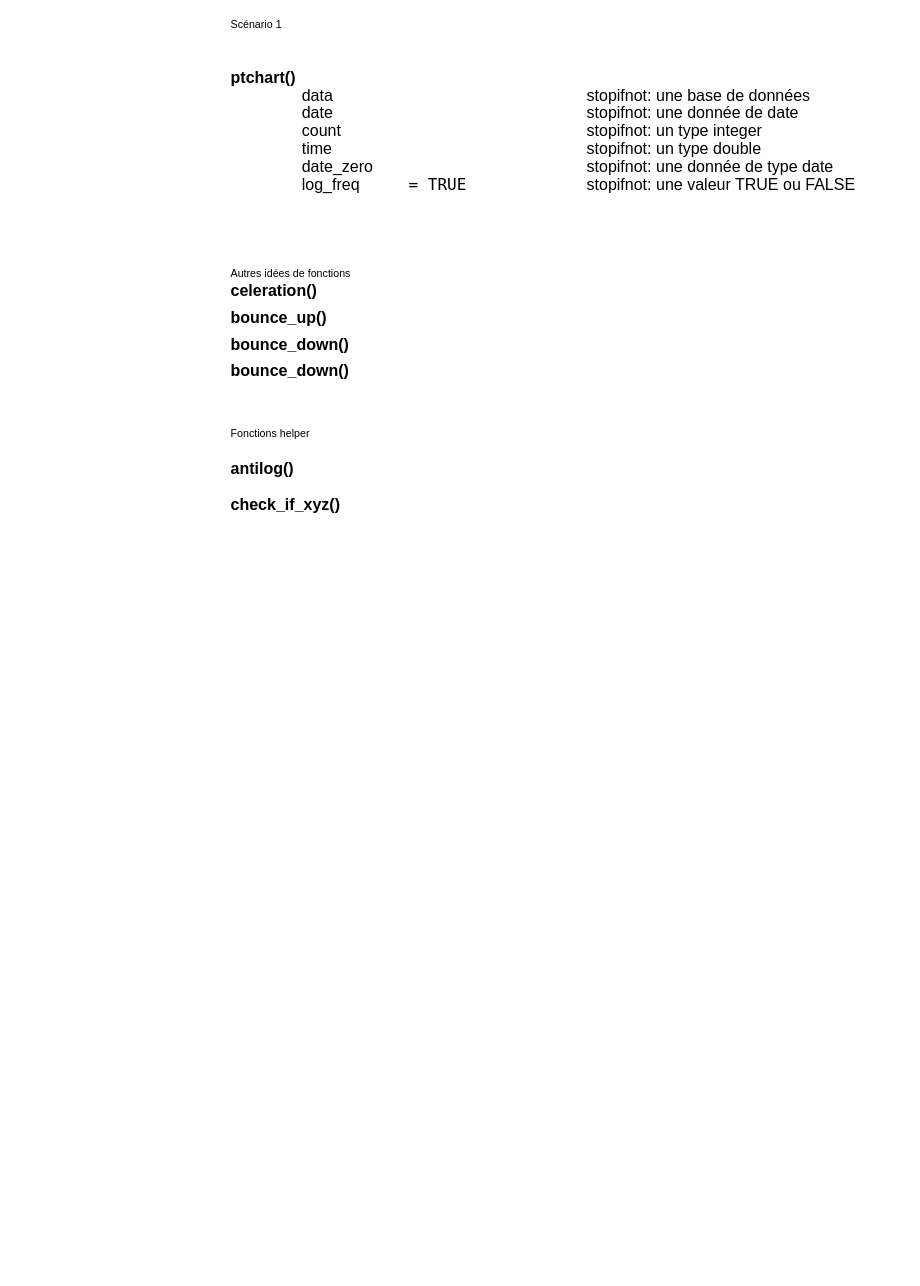
Earlier version of the draw.io diagram page "Page-2" (2 of 2) of package_en_developpement/structure_des_fonctions.drawio (agkamel/ptchart). Source tidied: cells renumbered, new cells numbered last; positions are measured from the earlier drawing's top-left corner, leaving out a move shared by most shapes. Both pictures are drawn from the tidied source at 89%, with x=0, y=0 at pixel (229, 15).
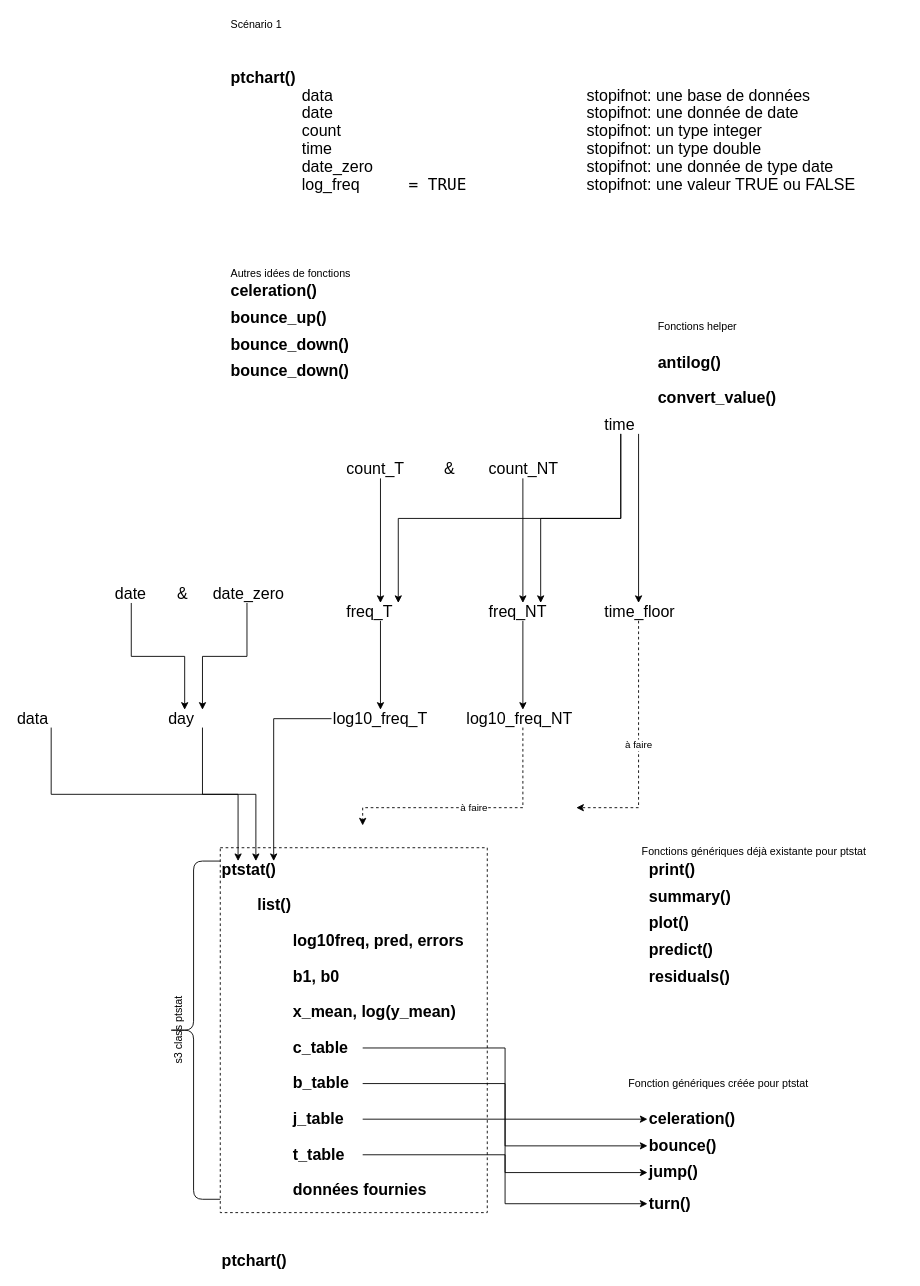
After the change.

Change to the diagram source:
```diff
@@
+    <mxCell id="25" style="rounded=0;whiteSpace=wrap;html=1;fillColor=none;dashed=1;" parent="1" vertex="1">
+      <mxGeometry x="-10" y="935" width="300" height="410" as="geometry" />
+    </mxCell>
@@
     <mxCell id="11" value="antilog()" style="text;html=1;strokeColor=none;fillColor=none;align=left;verticalAlign=middle;whiteSpace=wrap;rounded=0;fontSize=18;labelPosition=center;verticalLabelPosition=middle;fontStyle=1;" parent="1" vertex="1">
-      <mxGeometry y="500" width="80" height="20" as="geometry" />
+      <mxGeometry x="480" y="380" width="80" height="20" as="geometry" />
     </mxCell>
     <mxCell id="12" value="Fonctions helper" style="text;html=1;strokeColor=none;fillColor=none;align=left;verticalAlign=middle;whiteSpace=wrap;rounded=0;" parent="1" vertex="1">
-      <mxGeometry y="460" width="120" height="20" as="geometry" />
+      <mxGeometry x="480" y="340" width="120" height="20" as="geometry" />
     </mxCell>
@@
-    <mxCell id="19" value="check_if_xyz()" style="text;html=1;strokeColor=none;fillColor=none;align=left;verticalAlign=middle;whiteSpace=wrap;rounded=0;fontSize=18;labelPosition=center;verticalLabelPosition=middle;fontStyle=1;" parent="1" vertex="1">
-      <mxGeometry y="540" width="130" height="20" as="geometry" />
+    <mxCell id="19" value="convert_value()" style="text;html=1;strokeColor=none;fillColor=none;align=left;verticalAlign=middle;whiteSpace=wrap;rounded=0;fontSize=18;labelPosition=center;verticalLabelPosition=middle;fontStyle=1;" parent="1" vertex="1">
+      <mxGeometry x="480" y="420" width="130" height="20" as="geometry" />
     </mxCell>
@@
+    <mxCell id="26" value="ptstat()" style="text;html=1;strokeColor=none;fillColor=none;align=left;verticalAlign=middle;whiteSpace=wrap;rounded=0;fontSize=18;labelPosition=center;verticalLabelPosition=middle;fontStyle=1;" parent="1" vertex="1">
+      <mxGeometry x="-10" y="950" width="80" height="20" as="geometry" />
+    </mxCell>
+    <mxCell id="27" value="list()" style="text;html=1;strokeColor=none;fillColor=none;align=left;verticalAlign=middle;whiteSpace=wrap;rounded=0;fontSize=18;labelPosition=center;verticalLabelPosition=middle;fontStyle=1;" parent="1" vertex="1">
+      <mxGeometry x="30" y="990" width="80" height="20" as="geometry" />
+    </mxCell>
+    <mxCell id="28" value="données fournies" style="text;html=1;strokeColor=none;fillColor=none;align=left;verticalAlign=middle;whiteSpace=wrap;rounded=0;fontSize=18;labelPosition=center;verticalLabelPosition=middle;fontStyle=1;" parent="1" vertex="1">
+      <mxGeometry x="70" y="1310" width="240" height="20" as="geometry" />
+    </mxCell>
+    <mxCell id="29" value="log10freq, pred, errors" style="text;html=1;strokeColor=none;fillColor=none;align=left;verticalAlign=middle;whiteSpace=wrap;rounded=0;fontSize=18;labelPosition=center;verticalLabelPosition=middle;fontStyle=1;" parent="1" vertex="1">
+      <mxGeometry x="70" y="1030" width="240" height="20" as="geometry" />
+    </mxCell>
+    <mxCell id="30" value="b1, b0" style="text;html=1;strokeColor=none;fillColor=none;align=left;verticalAlign=middle;whiteSpace=wrap;rounded=0;fontSize=18;labelPosition=center;verticalLabelPosition=middle;fontStyle=1;" parent="1" vertex="1">
+      <mxGeometry x="70" y="1070" width="240" height="20" as="geometry" />
+    </mxCell>
+    <mxCell id="31" value="x_mean, log(y_mean)" style="text;html=1;strokeColor=none;fillColor=none;align=left;verticalAlign=middle;whiteSpace=wrap;rounded=0;fontSize=18;labelPosition=center;verticalLabelPosition=middle;fontStyle=1;" parent="1" vertex="1">
+      <mxGeometry x="70" y="1110" width="240" height="20" as="geometry" />
+    </mxCell>
+    <mxCell id="32" style="edgeStyle=orthogonalEdgeStyle;rounded=0;jettySize=auto;html=1;exitX=1;exitY=0.5;exitDx=0;exitDy=0;entryX=0;entryY=0.5;entryDx=0;entryDy=0;" parent="1" edge="1" source="33" target="48">
+      <mxGeometry relative="1" as="geometry" />
+    </mxCell>
+    <mxCell id="33" value="j_table" style="text;html=1;strokeColor=none;fillColor=none;align=left;verticalAlign=middle;whiteSpace=wrap;rounded=0;fontSize=18;labelPosition=center;verticalLabelPosition=middle;fontStyle=1;" parent="1" vertex="1">
+      <mxGeometry x="70" y="1230" width="80" height="20" as="geometry" />
+    </mxCell>
+    <mxCell id="34" style="edgeStyle=orthogonalEdgeStyle;rounded=0;jettySize=auto;html=1;exitX=1;exitY=0.5;exitDx=0;exitDy=0;entryX=0;entryY=0.5;entryDx=0;entryDy=0;" parent="1" edge="1" source="35" target="51">
+      <mxGeometry relative="1" as="geometry" />
+    </mxCell>
+    <mxCell id="35" value="t_table" style="text;html=1;strokeColor=none;fillColor=none;align=left;verticalAlign=middle;whiteSpace=wrap;rounded=0;fontSize=18;labelPosition=center;verticalLabelPosition=middle;fontStyle=1;" parent="1" vertex="1">
+      <mxGeometry x="70" y="1270" width="80" height="20" as="geometry" />
+    </mxCell>
+    <mxCell id="36" value="s3 class ptstat" style="shape=curlyBracket;whiteSpace=wrap;html=1;rounded=1;fillColor=none;verticalAlign=top;spacingLeft=0;horizontal=0;" parent="1" vertex="1">
+      <mxGeometry x="-70" y="950" width="60" height="380" as="geometry" />
+    </mxCell>
+    <mxCell id="37" style="edgeStyle=orthogonalEdgeStyle;rounded=0;jettySize=auto;html=1;exitX=1;exitY=0.5;exitDx=0;exitDy=0;entryX=0;entryY=0.5;entryDx=0;entryDy=0;" parent="1" edge="1" source="38" target="46">
+      <mxGeometry relative="1" as="geometry" />
+    </mxCell>
+    <mxCell id="38" value="c_table" style="text;html=1;strokeColor=none;fillColor=none;align=left;verticalAlign=middle;whiteSpace=wrap;rounded=0;fontSize=18;labelPosition=center;verticalLabelPosition=middle;fontStyle=1;" parent="1" vertex="1">
+      <mxGeometry x="70" y="1150" width="80" height="20" as="geometry" />
+    </mxCell>
+    <mxCell id="39" style="edgeStyle=orthogonalEdgeStyle;rounded=0;jettySize=auto;html=1;exitX=1;exitY=0.5;exitDx=0;exitDy=0;entryX=0;entryY=0.5;entryDx=0;entryDy=0;" parent="1" edge="1" source="40" target="47">
+      <mxGeometry relative="1" as="geometry" />
+    </mxCell>
+    <mxCell id="40" value="b_table" style="text;html=1;strokeColor=none;fillColor=none;align=left;verticalAlign=middle;whiteSpace=wrap;rounded=0;fontSize=18;labelPosition=center;verticalLabelPosition=middle;fontStyle=1;" parent="1" vertex="1">
+      <mxGeometry x="70" y="1190" width="80" height="20" as="geometry" />
+    </mxCell>
+    <mxCell id="41" value="Fonctions génériques déjà existante pour ptstat" style="text;html=1;strokeColor=none;fillColor=none;align=center;verticalAlign=middle;whiteSpace=wrap;rounded=0;" parent="1" vertex="1">
+      <mxGeometry x="430" y="930" width="320" height="20" as="geometry" />
+    </mxCell>
+    <mxCell id="42" value="Fonction génériques créée pour ptstat" style="text;html=1;strokeColor=none;fillColor=none;align=center;verticalAlign=middle;whiteSpace=wrap;rounded=0;" parent="1" vertex="1">
+      <mxGeometry x="430" y="1190" width="240" height="20" as="geometry" />
+    </mxCell>
+    <mxCell id="43" value="print()" style="text;html=1;strokeColor=none;fillColor=none;align=left;verticalAlign=middle;whiteSpace=wrap;rounded=0;fontSize=18;labelPosition=center;verticalLabelPosition=middle;fontStyle=1;" parent="1" vertex="1">
+      <mxGeometry x="470" y="950" width="80" height="20" as="geometry" />
+    </mxCell>
+    <mxCell id="44" value="summary()" style="text;html=1;strokeColor=none;fillColor=none;align=left;verticalAlign=middle;whiteSpace=wrap;rounded=0;fontSize=18;labelPosition=center;verticalLabelPosition=middle;fontStyle=1;" parent="1" vertex="1">
+      <mxGeometry x="470" y="980" width="80" height="20" as="geometry" />
+    </mxCell>
+    <mxCell id="45" value="plot()" style="text;html=1;strokeColor=none;fillColor=none;align=left;verticalAlign=middle;whiteSpace=wrap;rounded=0;fontSize=18;labelPosition=center;verticalLabelPosition=middle;fontStyle=1;" parent="1" vertex="1">
+      <mxGeometry x="470" y="1010" width="80" height="20" as="geometry" />
+    </mxCell>
+    <mxCell id="46" value="celeration()" style="text;html=1;strokeColor=none;fillColor=none;align=left;verticalAlign=middle;whiteSpace=wrap;rounded=0;fontSize=18;labelPosition=center;verticalLabelPosition=middle;fontStyle=1;" parent="1" vertex="1">
+      <mxGeometry x="470" y="1230" width="80" height="20" as="geometry" />
+    </mxCell>
+    <mxCell id="47" value="bounce()" style="text;html=1;strokeColor=none;fillColor=none;align=left;verticalAlign=middle;whiteSpace=wrap;rounded=0;fontSize=18;labelPosition=center;verticalLabelPosition=middle;fontStyle=1;" parent="1" vertex="1">
+      <mxGeometry x="470" y="1260" width="80" height="20" as="geometry" />
+    </mxCell>
+    <mxCell id="48" value="jump()" style="text;html=1;strokeColor=none;fillColor=none;align=left;verticalAlign=middle;whiteSpace=wrap;rounded=0;fontSize=18;labelPosition=center;verticalLabelPosition=middle;fontStyle=1;" parent="1" vertex="1">
+      <mxGeometry x="470" y="1290" width="80" height="20" as="geometry" />
+    </mxCell>
+    <mxCell id="49" value="predict()" style="text;html=1;strokeColor=none;fillColor=none;align=left;verticalAlign=middle;whiteSpace=wrap;rounded=0;fontSize=18;labelPosition=center;verticalLabelPosition=middle;fontStyle=1;" parent="1" vertex="1">
+      <mxGeometry x="470" y="1040" width="80" height="20" as="geometry" />
+    </mxCell>
+    <mxCell id="50" value="residuals()" style="text;html=1;strokeColor=none;fillColor=none;align=left;verticalAlign=middle;whiteSpace=wrap;rounded=0;fontSize=18;labelPosition=center;verticalLabelPosition=middle;fontStyle=1;" parent="1" vertex="1">
+      <mxGeometry x="470" y="1070" width="80" height="20" as="geometry" />
+    </mxCell>
+    <mxCell id="51" value="turn()" style="text;html=1;strokeColor=none;fillColor=none;align=left;verticalAlign=middle;whiteSpace=wrap;rounded=0;fontSize=18;labelPosition=center;verticalLabelPosition=middle;fontStyle=1;" parent="1" vertex="1">
+      <mxGeometry x="470" y="1325" width="80" height="20" as="geometry" />
+    </mxCell>
+    <mxCell id="52" value="ptchart()" style="text;html=1;strokeColor=none;fillColor=none;align=left;verticalAlign=middle;whiteSpace=wrap;rounded=0;fontSize=18;labelPosition=center;verticalLabelPosition=middle;fontStyle=1;" parent="1" vertex="1">
+      <mxGeometry x="-10" y="1390" width="80" height="20" as="geometry" />
+    </mxCell>
+    <mxCell id="53" style="edgeStyle=orthogonalEdgeStyle;rounded=0;jettySize=auto;html=1;exitX=0.5;exitY=1;exitDx=0;exitDy=0;entryX=0.25;entryY=0;entryDx=0;entryDy=0;" parent="1" edge="1" source="54" target="26">
+      <mxGeometry relative="1" as="geometry" />
+    </mxCell>
+    <mxCell id="54" value="data" style="text;html=1;strokeColor=none;fillColor=none;align=left;verticalAlign=middle;whiteSpace=wrap;rounded=0;fontSize=18;" parent="1" vertex="1">
+      <mxGeometry x="-240" y="780" width="80" height="20" as="geometry" />
+    </mxCell>
+    <mxCell id="55" style="edgeStyle=orthogonalEdgeStyle;rounded=0;jettySize=auto;html=1;exitX=0.5;exitY=1;exitDx=0;exitDy=0;" parent="1" edge="1" source="56" target="64">
+      <mxGeometry relative="1" as="geometry" />
+    </mxCell>
+    <mxCell id="56" value="date_zero" style="text;html=1;strokeColor=none;fillColor=none;align=left;verticalAlign=middle;whiteSpace=wrap;rounded=0;fontSize=18;" parent="1" vertex="1">
+      <mxGeometry x="-20" y="640" width="80" height="20" as="geometry" />
+    </mxCell>
+    <mxCell id="57" style="edgeStyle=orthogonalEdgeStyle;rounded=0;jettySize=auto;html=1;exitX=0.25;exitY=1;exitDx=0;exitDy=0;entryX=0.75;entryY=0;entryDx=0;entryDy=0;" parent="1" edge="1" source="60" target="62">
+      <mxGeometry relative="1" as="geometry" />
+    </mxCell>
+    <mxCell id="58" style="edgeStyle=orthogonalEdgeStyle;rounded=0;jettySize=auto;html=1;exitX=0.5;exitY=1;exitDx=0;exitDy=0;" parent="1" edge="1" source="60" target="74">
+      <mxGeometry relative="1" as="geometry" />
+    </mxCell>
+    <mxCell id="59" style="edgeStyle=orthogonalEdgeStyle;rounded=0;jettySize=auto;html=1;exitX=0.25;exitY=1;exitDx=0;exitDy=0;entryX=0.75;entryY=0;entryDx=0;entryDy=0;" parent="1" edge="1" source="60" target="78">
+      <mxGeometry relative="1" as="geometry" />
+    </mxCell>
+    <mxCell id="60" value="time" style="text;html=1;strokeColor=none;fillColor=none;align=left;verticalAlign=middle;whiteSpace=wrap;rounded=0;fontSize=18;" parent="1" vertex="1">
+      <mxGeometry x="420" y="450" width="80" height="20" as="geometry" />
+    </mxCell>
+    <mxCell id="61" style="edgeStyle=orthogonalEdgeStyle;rounded=0;jettySize=auto;html=1;" parent="1" edge="1" source="62" target="66">
+      <mxGeometry relative="1" as="geometry" />
+    </mxCell>
+    <mxCell id="62" value="freq_T" style="text;html=1;strokeColor=none;fillColor=none;align=left;verticalAlign=middle;whiteSpace=wrap;rounded=0;fontSize=18;" parent="1" vertex="1">
+      <mxGeometry x="130" y="660" width="80" height="20" as="geometry" />
+    </mxCell>
+    <mxCell id="63" style="edgeStyle=orthogonalEdgeStyle;rounded=0;jettySize=auto;html=1;exitX=0.5;exitY=1;exitDx=0;exitDy=0;entryX=0.5;entryY=0;entryDx=0;entryDy=0;" parent="1" edge="1" source="64" target="26">
+      <mxGeometry relative="1" as="geometry" />
+    </mxCell>
+    <mxCell id="64" value="day" style="text;html=1;strokeColor=none;fillColor=none;align=left;verticalAlign=middle;whiteSpace=wrap;rounded=0;fontSize=18;" parent="1" vertex="1">
+      <mxGeometry x="-70" y="780" width="80" height="20" as="geometry" />
+    </mxCell>
+    <mxCell id="65" style="edgeStyle=orthogonalEdgeStyle;rounded=0;jettySize=auto;html=1;entryX=0.75;entryY=0;entryDx=0;entryDy=0;" parent="1" edge="1" source="66" target="26">
+      <mxGeometry relative="1" as="geometry" />
+    </mxCell>
+    <mxCell id="66" value="log10_freq_T" style="text;html=1;strokeColor=none;fillColor=none;align=left;verticalAlign=middle;whiteSpace=wrap;rounded=0;fontSize=18;" parent="1" vertex="1">
+      <mxGeometry x="115" y="780" width="110" height="20" as="geometry" />
+    </mxCell>
+    <mxCell id="67" style="edgeStyle=orthogonalEdgeStyle;rounded=0;jettySize=auto;html=1;exitX=0.25;exitY=1;exitDx=0;exitDy=0;entryX=0.25;entryY=0;entryDx=0;entryDy=0;" parent="1" edge="1" source="68" target="64">
+      <mxGeometry relative="1" as="geometry" />
+    </mxCell>
+    <mxCell id="68" value="date" style="text;html=1;strokeColor=none;fillColor=none;align=left;verticalAlign=middle;whiteSpace=wrap;rounded=0;fontSize=18;" parent="1" vertex="1">
+      <mxGeometry x="-130" y="640" width="80" height="20" as="geometry" />
+    </mxCell>
+    <mxCell id="69" style="edgeStyle=orthogonalEdgeStyle;rounded=0;jettySize=auto;html=1;exitX=0.5;exitY=1;exitDx=0;exitDy=0;entryX=0.5;entryY=0;entryDx=0;entryDy=0;" parent="1" edge="1" source="70" target="62">
+      <mxGeometry relative="1" as="geometry" />
+    </mxCell>
+    <mxCell id="70" value="count_T" style="text;html=1;strokeColor=none;fillColor=none;align=left;verticalAlign=middle;whiteSpace=wrap;rounded=0;fontSize=18;" parent="1" vertex="1">
+      <mxGeometry x="130" y="500" width="80" height="20" as="geometry" />
+    </mxCell>
+    <mxCell id="71" value="&amp;amp;" style="text;html=1;strokeColor=none;fillColor=none;align=left;verticalAlign=middle;whiteSpace=wrap;rounded=0;fontSize=18;" parent="1" vertex="1">
+      <mxGeometry x="-60" y="640" width="20" height="20" as="geometry" />
+    </mxCell>
+    <mxCell id="72" value="&amp;amp;" style="text;html=1;strokeColor=none;fillColor=none;align=left;verticalAlign=middle;whiteSpace=wrap;rounded=0;fontSize=18;" parent="1" vertex="1">
+      <mxGeometry x="240" y="500" width="20" height="20" as="geometry" />
+    </mxCell>
+    <mxCell id="73" value="à faire" style="edgeStyle=orthogonalEdgeStyle;rounded=0;jettySize=auto;html=1;exitX=0.5;exitY=1;exitDx=0;exitDy=0;dashed=1;" parent="1" edge="1" source="74">
+      <mxGeometry relative="1" as="geometry">
+        <mxPoint x="390" y="890" as="targetPoint" />
+        <Array as="points">
+          <mxPoint x="460" y="890" />
+        </Array>
+      </mxGeometry>
+    </mxCell>
+    <mxCell id="74" value="time_floor" style="text;html=1;strokeColor=none;fillColor=none;align=left;verticalAlign=middle;whiteSpace=wrap;rounded=0;fontSize=18;" parent="1" vertex="1">
+      <mxGeometry x="420" y="660" width="80" height="20" as="geometry" />
+    </mxCell>
+    <mxCell id="75" style="edgeStyle=orthogonalEdgeStyle;rounded=0;jettySize=auto;html=1;exitX=0.5;exitY=1;exitDx=0;exitDy=0;entryX=0.5;entryY=0;entryDx=0;entryDy=0;" parent="1" edge="1" source="76" target="78">
+      <mxGeometry relative="1" as="geometry" />
+    </mxCell>
+    <mxCell id="76" value="count_NT" style="text;html=1;strokeColor=none;fillColor=none;align=left;verticalAlign=middle;whiteSpace=wrap;rounded=0;fontSize=18;" parent="1" vertex="1">
+      <mxGeometry x="290" y="500" width="80" height="20" as="geometry" />
+    </mxCell>
+    <mxCell id="77" style="edgeStyle=orthogonalEdgeStyle;rounded=0;jettySize=auto;html=1;exitX=0.5;exitY=1;exitDx=0;exitDy=0;" parent="1" edge="1" source="78" target="80">
+      <mxGeometry relative="1" as="geometry" />
+    </mxCell>
+    <mxCell id="78" value="freq_NT" style="text;html=1;strokeColor=none;fillColor=none;align=left;verticalAlign=middle;whiteSpace=wrap;rounded=0;fontSize=18;" parent="1" vertex="1">
+      <mxGeometry x="290" y="660" width="80" height="20" as="geometry" />
+    </mxCell>
+    <mxCell id="79" value="à faire" style="edgeStyle=orthogonalEdgeStyle;rounded=0;jettySize=auto;html=1;dashed=1;" parent="1" edge="1" source="80">
+      <mxGeometry relative="1" as="geometry">
+        <mxPoint x="150" y="910" as="targetPoint" />
+        <Array as="points">
+          <mxPoint x="330" y="890" />
+          <mxPoint x="150" y="890" />
+        </Array>
+      </mxGeometry>
+    </mxCell>
+    <mxCell id="80" value="log10_freq_NT" style="text;html=1;strokeColor=none;fillColor=none;align=left;verticalAlign=middle;whiteSpace=wrap;rounded=0;fontSize=18;" parent="1" vertex="1">
+      <mxGeometry x="265" y="780" width="130" height="20" as="geometry" />
+    </mxCell>
```
